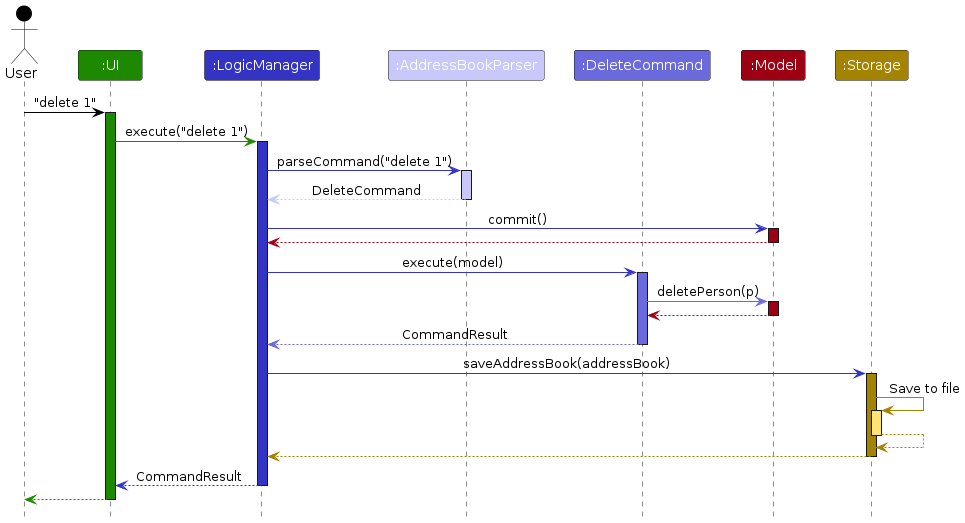
Earlier version of the PlantUML export diagrams/ArchitectureSequenceDiagram.png (AY2526S1-CS2103T-T10-3/tp). Its source is kept beside it as diagrams/ArchitectureSequenceDiagram.puml. Source of this version:
```plantuml
@startuml
!include style.puml
skinparam ArrowFontStyle plain

Actor User as user USER_COLOR
Participant ":UI" as ui UI_COLOR
Participant ":LogicManager" as logic LOGIC_COLOR
Participant ":AddressBookParser" as parser LOGIC_COLOR_T1
Participant ":DeleteCommand" as command LOGIC_COLOR_T2
Participant ":Model" as model MODEL_COLOR
Participant ":Storage" as storage STORAGE_COLOR

user -[USER_COLOR]> ui : "delete 1"
activate ui UI_COLOR

ui -[UI_COLOR]> logic : execute("delete 1")
activate logic LOGIC_COLOR

logic -[LOGIC_COLOR]> parser : parseCommand("delete 1")
activate parser LOGIC_COLOR_T1

parser --[LOGIC_COLOR_T1]> logic : DeleteCommand
deactivate parser

logic -[LOGIC_COLOR]> model : commit()
activate model MODEL_COLOR
model --[MODEL_COLOR]> logic
deactivate model

logic -[LOGIC_COLOR]> command : execute(model)
activate command LOGIC_COLOR_T2

command -[LOGIC_COLOR_T2]> model : deletePerson(p)
activate model MODEL_COLOR

model --[MODEL_COLOR]> command
deactivate model

command --[LOGIC_COLOR_T2]> logic : CommandResult
deactivate command

logic -[LOGIC_COLOR]> storage : saveAddressBook(addressBook)
activate storage STORAGE_COLOR

storage -[STORAGE_COLOR]> storage : Save to file
activate storage STORAGE_COLOR_T1
storage --[STORAGE_COLOR]> storage
deactivate storage

storage --[STORAGE_COLOR]> logic
deactivate storage

logic --[LOGIC_COLOR]> ui : CommandResult
deactivate logic

ui--[UI_COLOR]> user
deactivate ui
@enduml
```
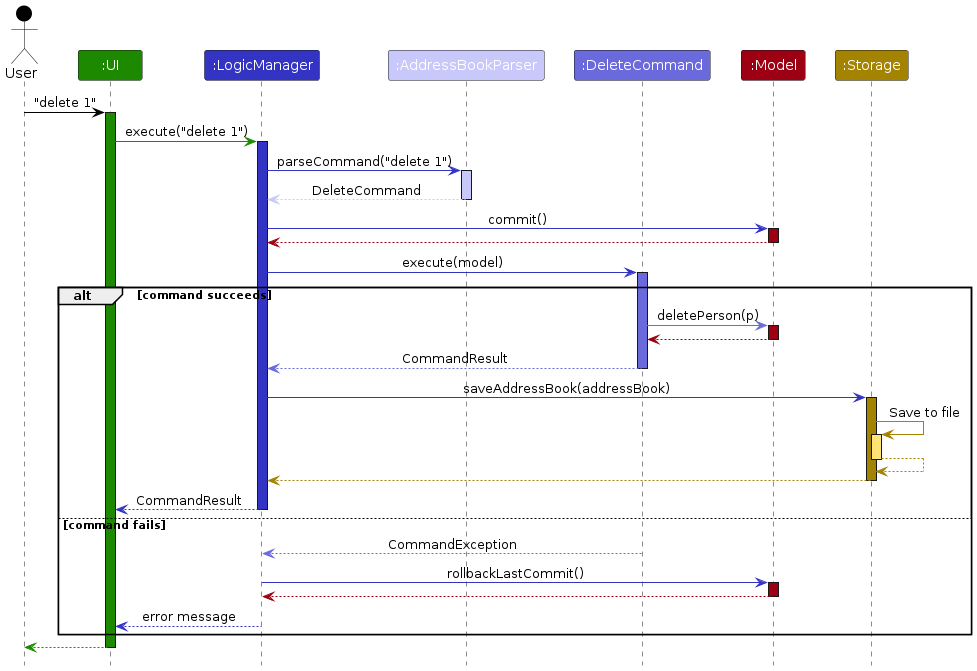
After the commit.

The edit, as a diff of the source:
```diff
@@ -30,28 +30,35 @@
 logic -[LOGIC_COLOR]> command : execute(model)
 activate command LOGIC_COLOR_T2
 
-command -[LOGIC_COLOR_T2]> model : deletePerson(p)
-activate model MODEL_COLOR
+alt command succeeds
+  command -[LOGIC_COLOR_T2]> model : deletePerson(p)
+  activate model MODEL_COLOR
+  model --[MODEL_COLOR]> command
+  deactivate model
+  command --[LOGIC_COLOR_T2]> logic : CommandResult
+  deactivate command
 
-model --[MODEL_COLOR]> command
-deactivate model
+  logic -[LOGIC_COLOR]> storage : saveAddressBook(addressBook)
+  activate storage STORAGE_COLOR
+  storage -[STORAGE_COLOR]> storage : Save to file
+  activate storage STORAGE_COLOR_T1
+  storage --[STORAGE_COLOR]> storage
+  deactivate storage
+  storage --[STORAGE_COLOR]> logic
+  deactivate storage
 
-command --[LOGIC_COLOR_T2]> logic : CommandResult
-deactivate command
-
-logic -[LOGIC_COLOR]> storage : saveAddressBook(addressBook)
-activate storage STORAGE_COLOR
-
-storage -[STORAGE_COLOR]> storage : Save to file
-activate storage STORAGE_COLOR_T1
-storage --[STORAGE_COLOR]> storage
-deactivate storage
-
-storage --[STORAGE_COLOR]> logic
-deactivate storage
-
-logic --[LOGIC_COLOR]> ui : CommandResult
-deactivate logic
+  logic --[LOGIC_COLOR]> ui : CommandResult
+  deactivate logic
+else command fails
+  command --[LOGIC_COLOR_T2]> logic : CommandException
+  deactivate command
+  logic -[LOGIC_COLOR]> model : rollbackLastCommit()
+  activate model MODEL_COLOR
+  model --[MODEL_COLOR]> logic
+  deactivate model
+  logic --[LOGIC_COLOR]> ui : error message
+  deactivate logic
+end
 
 ui--[UI_COLOR]> user
 deactivate ui
```
